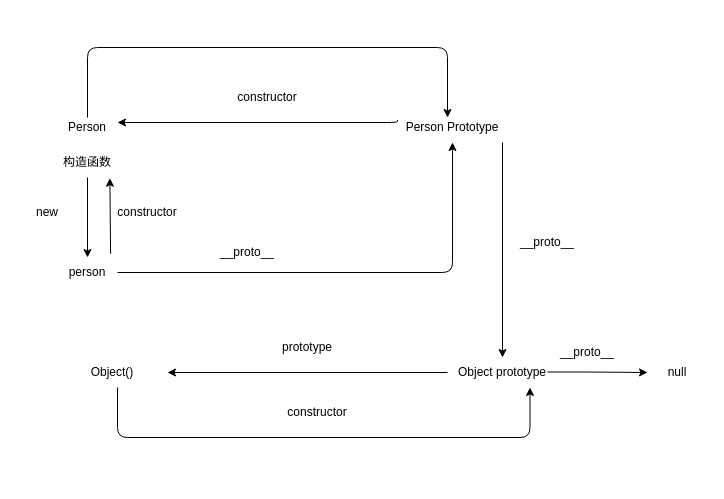
Above: THIS指针闭包作用域/原型链.dio in youthOfMe/javascript-advanced (draw.io), before the change. Source tidied: cells renumbered, new cells numbered last; positions are measured from the earlier drawing's top-left corner, leaving out a move shared by most shapes. Both pictures are drawn from the tidied source at 100%, with x=0, y=0 at pixel (17, 47).
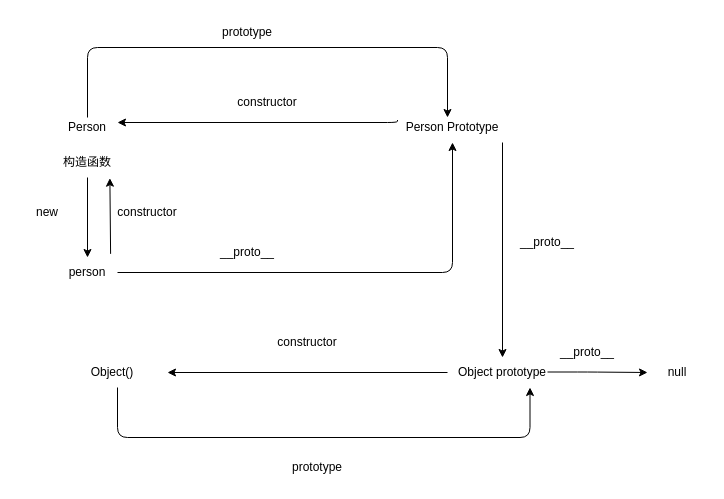
The same page after the edit.

Commit message (it also covers changes not shown here):
feat: 修正原型链结构图 手写new关键字

What changed in the source:
```diff
@@
     <mxCell id="7" value="constructor&lt;br&gt;" style="text;strokeColor=none;align=center;fillColor=none;html=1;verticalAlign=middle;whiteSpace=wrap;rounded=0;" parent="1" vertex="1">
-      <mxGeometry x="220" y="35" width="60" height="30" as="geometry" />
+      <mxGeometry x="220" y="40" width="60" height="30" as="geometry" />
     </mxCell>
@@
     <mxCell id="19" value="prototype" style="text;strokeColor=none;align=center;fillColor=none;html=1;verticalAlign=middle;whiteSpace=wrap;rounded=0;" parent="1" vertex="1">
-      <mxGeometry x="260" y="285" width="60" height="30" as="geometry" />
+      <mxGeometry x="270" y="405" width="60" height="30" as="geometry" />
     </mxCell>
     <mxCell id="20" value="constructor" style="text;strokeColor=none;align=center;fillColor=none;html=1;verticalAlign=middle;whiteSpace=wrap;rounded=0;" parent="1" vertex="1">
-      <mxGeometry x="270" y="350" width="60" height="30" as="geometry" />
+      <mxGeometry x="260" y="280" width="60" height="30" as="geometry" />
     </mxCell>
@@
+    <mxCell id="26" value="prototype" style="text;strokeColor=none;align=center;fillColor=none;html=1;verticalAlign=middle;whiteSpace=wrap;rounded=0;" parent="1" vertex="1">
+      <mxGeometry x="200" y="-30" width="60" height="30" as="geometry" />
+    </mxCell>
```
